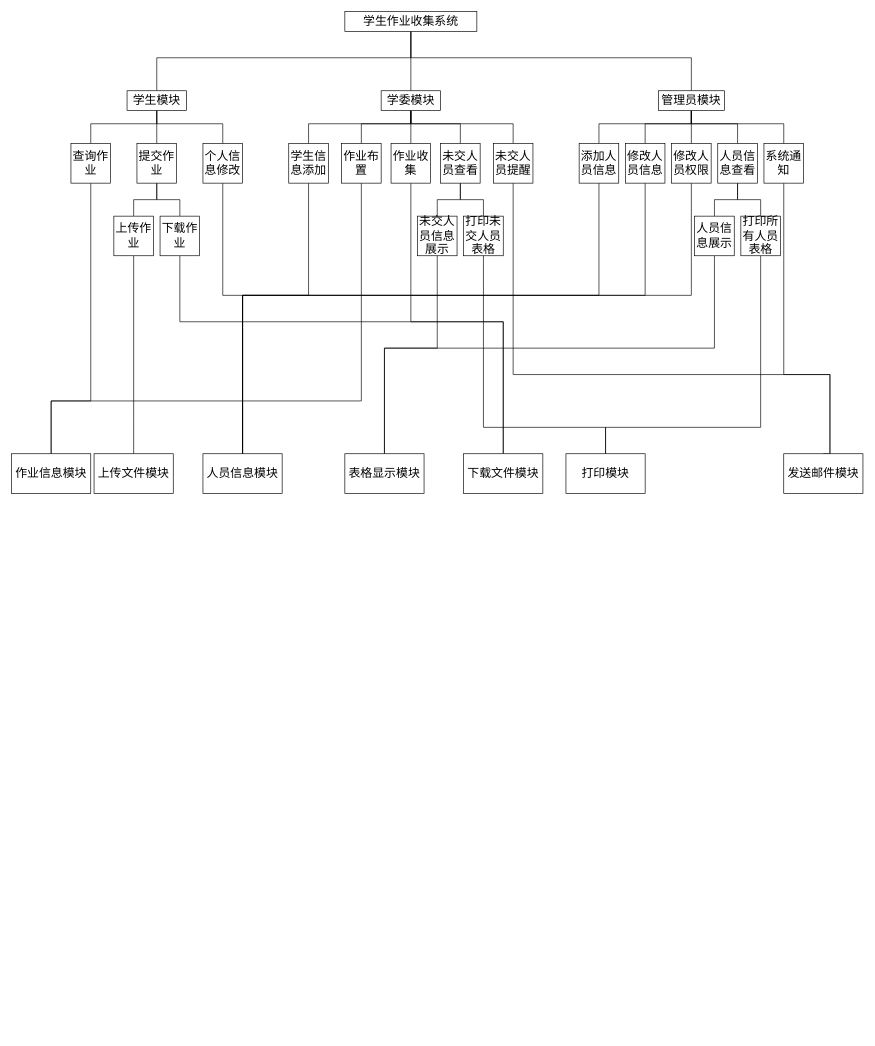
This is page "第 12 页" (11 of 15) of spring.drawio from Duxingmengshou/Duxingmengshou.github.io, a draw.io file, before an edit. Source tidied: cells renumbered, new cells numbered last; positions are measured from the earlier drawing's top-left corner, leaving out a move shared by most shapes. Both pictures are drawn from the tidied source at 66%, with x=0, y=0 at pixel (11, 11).
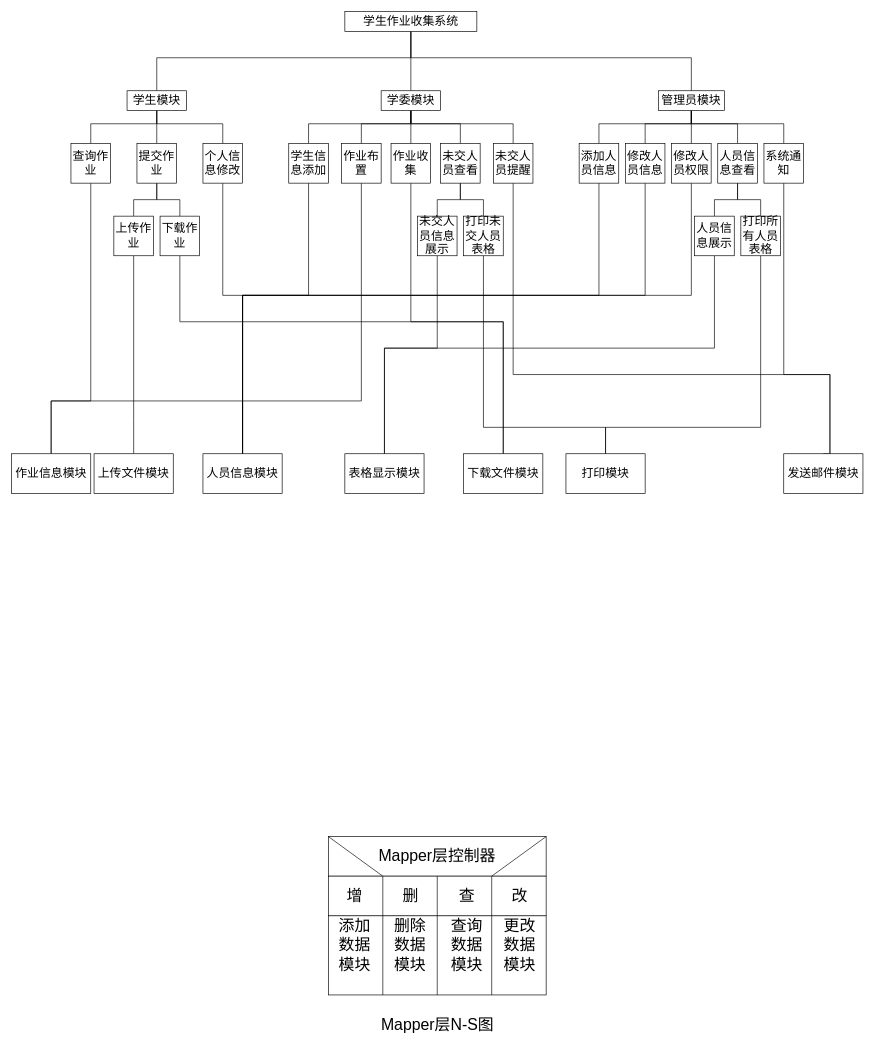
Above is the later version.

What changed in the source:
```diff
@@
+    <mxCell id="70" style="rounded=0;whiteSpace=wrap;html=1;fontSize=24;" parent="1" vertex="1">
+      <mxGeometry x="480" y="1370" width="330" height="120" as="geometry" />
+    </mxCell>
@@
+    <mxCell id="71" value="Mapper层控制器" style="rounded=0;whiteSpace=wrap;html=1;fontSize=24;" parent="1" vertex="1">
+      <mxGeometry x="480" y="1250" width="330" height="60" as="geometry" />
+    </mxCell>
+    <mxCell id="72" style="endArrow=none;html=1;rounded=0;exitX=0;exitY=0;exitDx=0;exitDy=0;entryX=0.25;entryY=1;entryDx=0;entryDy=0;fontSize=24;" parent="1" edge="1" source="71" target="71">
+      <mxGeometry relative="1" as="geometry" />
+    </mxCell>
+    <mxCell id="73" style="endArrow=none;html=1;rounded=0;entryX=1;entryY=0;entryDx=0;entryDy=0;exitX=0.75;exitY=1;exitDx=0;exitDy=0;fontSize=24;" parent="1" edge="1" source="71" target="71">
+      <mxGeometry relative="1" as="geometry" />
+    </mxCell>
+    <mxCell id="74" style="rounded=0;whiteSpace=wrap;html=1;fontSize=24;" parent="1" vertex="1">
+      <mxGeometry x="480" y="1310" width="330" height="60" as="geometry" />
+    </mxCell>
+    <mxCell id="75" style="endArrow=none;html=1;rounded=0;entryX=0.25;entryY=0;entryDx=0;entryDy=0;exitX=0.25;exitY=1;exitDx=0;exitDy=0;fontSize=24;" parent="1" edge="1" source="70" target="74">
+      <mxGeometry relative="1" as="geometry" />
+    </mxCell>
+    <mxCell id="76" style="endArrow=none;html=1;rounded=0;entryX=0.5;entryY=0;entryDx=0;entryDy=0;exitX=0.5;exitY=1;exitDx=0;exitDy=0;fontSize=24;" parent="1" edge="1" source="70" target="74">
+      <mxGeometry relative="1" as="geometry" />
+    </mxCell>
+    <mxCell id="77" style="endArrow=none;html=1;rounded=0;entryX=0.75;entryY=0;entryDx=0;entryDy=0;exitX=0.75;exitY=1;exitDx=0;exitDy=0;fontSize=24;" parent="1" edge="1" source="70" target="74">
+      <mxGeometry relative="1" as="geometry" />
+    </mxCell>
+    <mxCell id="78" value="增" style="text;html=1;strokeColor=none;fillColor=none;align=center;verticalAlign=middle;whiteSpace=wrap;rounded=0;fontSize=24;" parent="1" vertex="1">
+      <mxGeometry x="490" y="1325" width="60" height="30" as="geometry" />
+    </mxCell>
+    <mxCell id="79" value="删" style="text;html=1;strokeColor=none;fillColor=none;align=center;verticalAlign=middle;whiteSpace=wrap;rounded=0;fontSize=24;" parent="1" vertex="1">
+      <mxGeometry x="575" y="1325" width="60" height="30" as="geometry" />
+    </mxCell>
+    <mxCell id="80" value="查" style="text;html=1;strokeColor=none;fillColor=none;align=center;verticalAlign=middle;whiteSpace=wrap;rounded=0;fontSize=24;" parent="1" vertex="1">
+      <mxGeometry x="660" y="1325" width="60" height="30" as="geometry" />
+    </mxCell>
+    <mxCell id="81" value="改" style="text;html=1;strokeColor=none;fillColor=none;align=center;verticalAlign=middle;whiteSpace=wrap;rounded=0;fontSize=24;" parent="1" vertex="1">
+      <mxGeometry x="740" y="1325" width="60" height="30" as="geometry" />
+    </mxCell>
+    <mxCell id="82" value="添加数据模块" style="text;html=1;strokeColor=none;fillColor=none;align=center;verticalAlign=middle;whiteSpace=wrap;rounded=0;fontSize=24;" parent="1" vertex="1">
+      <mxGeometry x="490" y="1400" width="60" height="30" as="geometry" />
+    </mxCell>
+    <mxCell id="83" value="删除数据模块" style="text;html=1;strokeColor=none;fillColor=none;align=center;verticalAlign=middle;whiteSpace=wrap;rounded=0;fontSize=24;" parent="1" vertex="1">
+      <mxGeometry x="574" y="1400" width="60" height="30" as="geometry" />
+    </mxCell>
+    <mxCell id="84" value="查询数据模块" style="text;html=1;strokeColor=none;fillColor=none;align=center;verticalAlign=middle;whiteSpace=wrap;rounded=0;fontSize=24;" parent="1" vertex="1">
+      <mxGeometry x="660" y="1400" width="60" height="30" as="geometry" />
+    </mxCell>
+    <mxCell id="85" value="更改数据模块" style="text;html=1;strokeColor=none;fillColor=none;align=center;verticalAlign=middle;whiteSpace=wrap;rounded=0;fontSize=24;" parent="1" vertex="1">
+      <mxGeometry x="740" y="1400" width="60" height="30" as="geometry" />
+    </mxCell>
+    <mxCell id="86" value="&lt;font style=&quot;font-size: 24px;&quot;&gt;Mapper层N-S图&lt;/font&gt;" style="text;html=1;strokeColor=none;fillColor=none;align=center;verticalAlign=middle;whiteSpace=wrap;rounded=0;" parent="1" vertex="1">
+      <mxGeometry x="532.5" y="1520" width="225" height="30" as="geometry" />
+    </mxCell>
```
